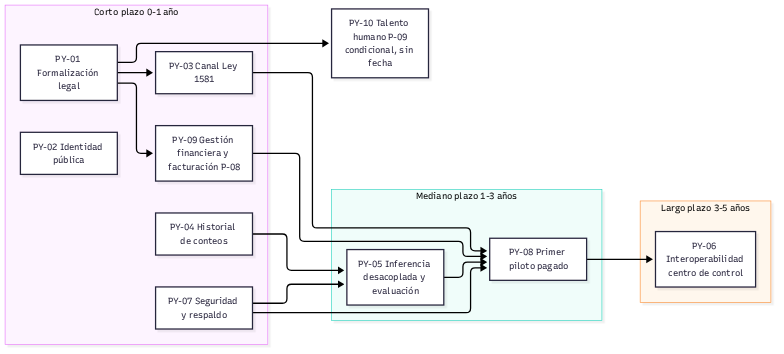
Before: docs/ae-final-project/ondas/M5-transformacion/diagramas/hoja-de-ruta.png, a diagram exported from Mermaid (5arSanti/tro-launcher). Its source is kept beside it as docs/ae-final-project/ondas/M5-transformacion/diagramas/hoja-de-ruta.mmd. Source of this version:
```mermaid
flowchart LR
  subgraph H1["Corto plazo 0-1 año"]
    PY01[PY-01 Formalización legal]
    PY03[PY-03 Canal Ley 1581]
    PY07[PY-07 Seguridad y respaldo]
    PY09[PY-09 Gestión financiera y facturación P-08]
    PY02[PY-02 Identidad pública]
    PY04[PY-04 Historial de conteos]
  end
  subgraph H2["Mediano plazo 1-3 años"]
    PY05[PY-05 Inferencia desacoplada y evaluación]
    PY08[PY-08 Primer piloto pagado]
  end
  subgraph H3["Largo plazo 3-5 años"]
    PY06[PY-06 Interoperabilidad centro de control]
  end
  PY10[PY-10 Talento humano P-09<br/>condicional, sin fecha]
  PY01 --> PY03
  PY01 --> PY09
  PY01 --> PY10
  PY07 --> PY05
  PY04 --> PY05
  PY05 --> PY08
  PY03 --> PY08
  PY07 --> PY08
  PY09 --> PY08
  PY08 --> PY06
```
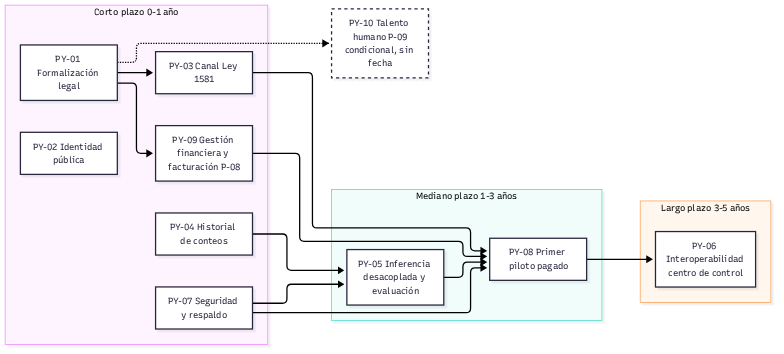
The same diagram one commit later.

Diff of the diagram source:
```diff
@@ -17,7 +17,7 @@
   PY10[PY-10 Talento humano P-09<br/>condicional, sin fecha]
   PY01 --> PY03
   PY01 --> PY09
-  PY01 --> PY10
+  PY01 -.-> PY10
   PY07 --> PY05
   PY04 --> PY05
   PY05 --> PY08
@@ -25,3 +25,4 @@
   PY07 --> PY08
   PY09 --> PY08
   PY08 --> PY06
+  style PY10 stroke-dasharray: 5 5
```
